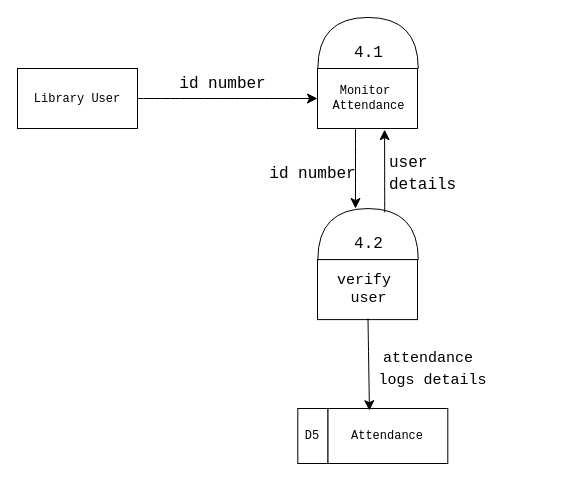
This is cd3.drawio from carmelooo1/capstone_docs, a draw.io file, before an edit. Source tidied: cells renumbered, new cells numbered last; positions are measured from the earlier drawing's top-left corner, leaving out a move shared by most shapes. Both pictures are drawn from the tidied source at 100%, with x=0, y=0 at pixel (17, -8).
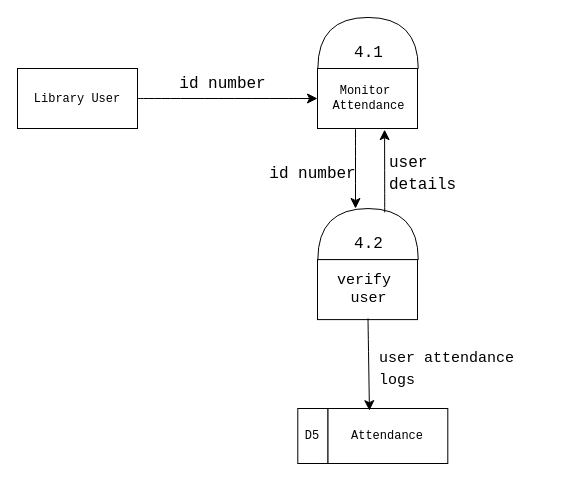
The same diagram, later.

The edit, as a diff of the source:
```diff
@@
-    <mxCell id="25" value="&lt;font face=&quot;Courier New&quot;&gt;&lt;span style=&quot;font-size: 15px;&quot;&gt;attendance&amp;nbsp;&lt;/span&gt;&lt;/font&gt;&lt;div&gt;&lt;font face=&quot;Courier New&quot;&gt;&lt;span style=&quot;font-size: 15px;&quot;&gt;logs details&lt;/span&gt;&lt;/font&gt;&lt;/div&gt;" style="text;html=1;align=center;verticalAlign=middle;strokeColor=none;fillColor=none;fontSize=16;" parent="1" vertex="1">
-      <mxGeometry x="350" y="346" width="130" height="60" as="geometry" />
+    <mxCell id="25" value="&lt;font face=&quot;Courier New&quot;&gt;&lt;span style=&quot;font-size: 15px;&quot;&gt;user attendance&amp;nbsp;&lt;/span&gt;&lt;/font&gt;&lt;div&gt;&lt;font face=&quot;Courier New&quot;&gt;&lt;span style=&quot;font-size: 15px;&quot;&gt;logs&lt;/span&gt;&lt;/font&gt;&lt;/div&gt;" style="text;html=1;align=left;verticalAlign=middle;strokeColor=none;fillColor=none;fontSize=16;" parent="1" vertex="1">
+      <mxGeometry x="360" y="346" width="170" height="60" as="geometry" />
     </mxCell>
```
